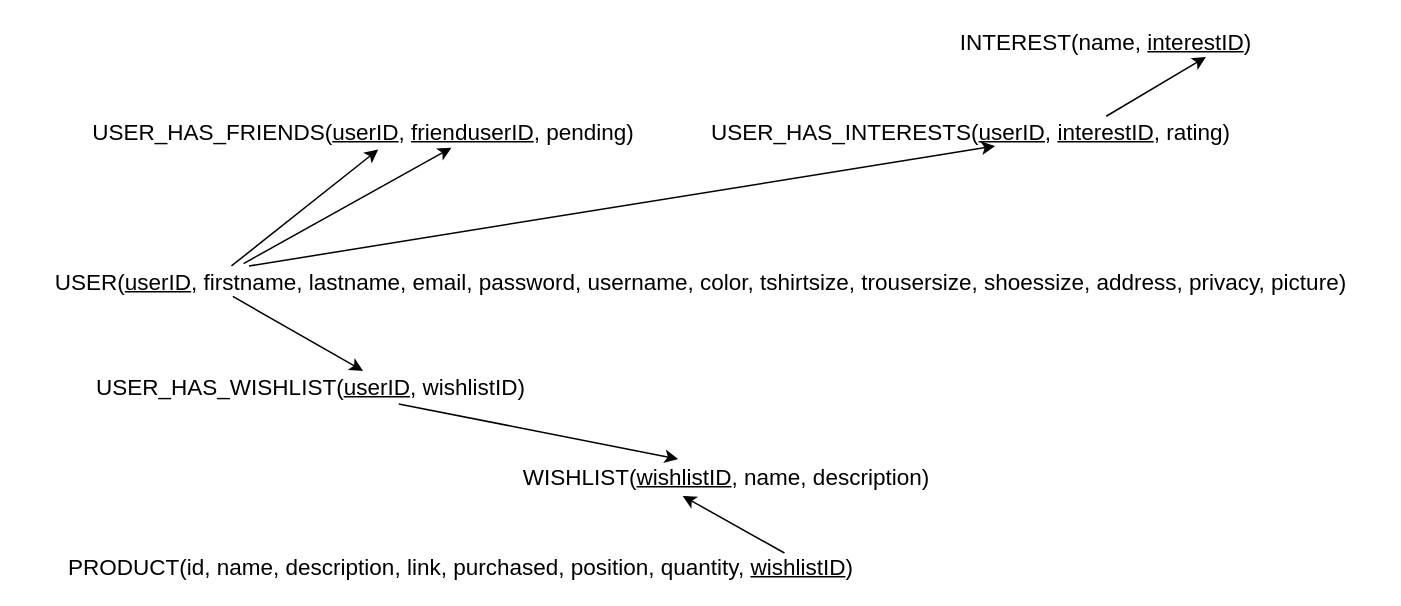
NNepper/LSINF1225-2020-GroupeL1.1-WishList keeps this draw.io diagram as Diagrammes/Schema-relationnel.drawio. Above is the earlier version. Source tidied: cells renumbered, new cells numbered last; positions are measured from the earlier drawing's top-left corner, leaving out a move shared by most shapes. Both pictures are drawn from the tidied source at 150%, with x=0, y=0 at pixel (26, 26).
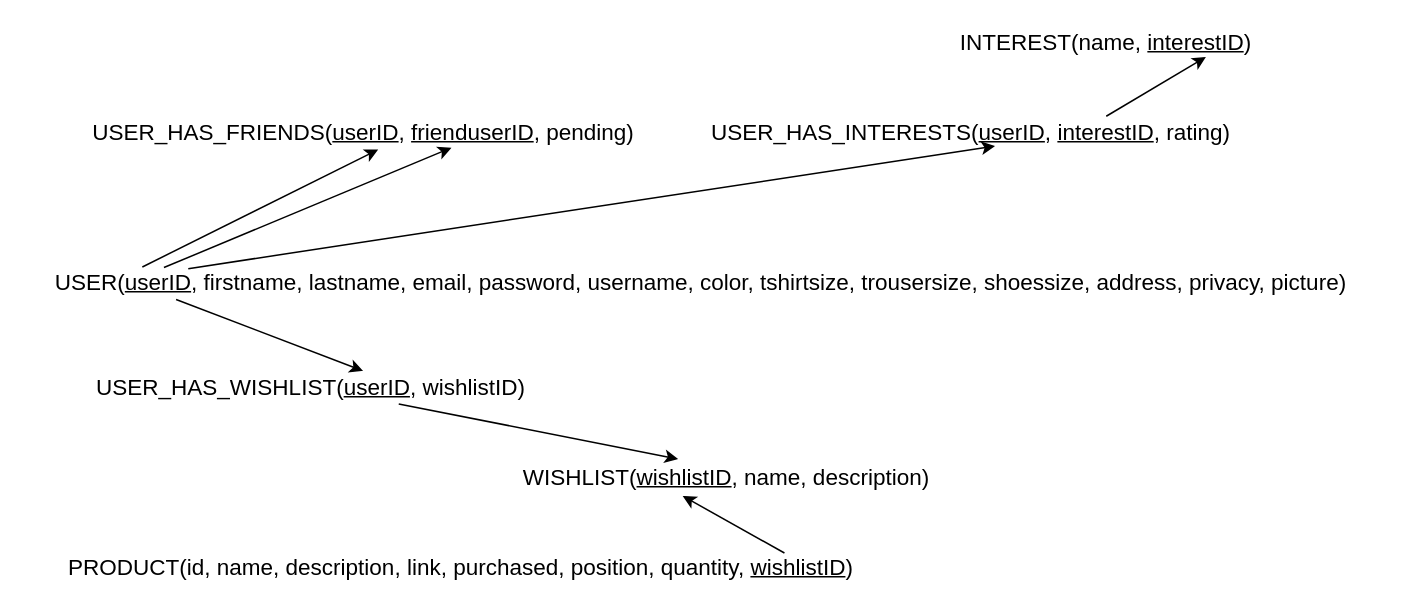
The same page after the edit.

Commit message (it also covers changes not shown here):
Correction source fleche userID

What changed in the source:
```diff
@@
 <mxGraphModel>
   <root>
     <mxCell id="0" />
     <mxCell id="1" parent="0" />
     <mxCell id="2" value="&lt;font style=&quot;font-size: 15px&quot;&gt;USER(&lt;u&gt;userID&lt;/u&gt;, firstname, lastname, email, password, username, color, tshirtsize, trousersize, shoessize, address, privacy, picture)&lt;/font&gt;" style="text;html=1;strokeColor=none;fillColor=none;align=center;verticalAlign=middle;whiteSpace=wrap;rounded=0;" parent="1" vertex="1">
       <mxGeometry y="160" width="900" height="20" as="geometry" />
     </mxCell>
     <mxCell id="3" value="&lt;font style=&quot;font-size: 15px&quot;&gt;WISHLIST(&lt;u&gt;wishlistID&lt;/u&gt;, name, description)&lt;/font&gt;" style="text;html=1;strokeColor=none;fillColor=none;align=center;verticalAlign=middle;whiteSpace=wrap;rounded=0;" parent="1" vertex="1">
       <mxGeometry x="314" y="290" width="306" height="20" as="geometry" />
     </mxCell>
     <mxCell id="4" value="&lt;font style=&quot;font-size: 15px&quot;&gt;PRODUCT(id, name, description, link, purchased, position, quantity, &lt;u&gt;wishlistID&lt;/u&gt;)&lt;/font&gt;" style="text;html=1;strokeColor=none;fillColor=none;align=center;verticalAlign=middle;whiteSpace=wrap;rounded=0;" parent="1" vertex="1">
       <mxGeometry x="20" y="350" width="540" height="20" as="geometry" />
     </mxCell>
     <mxCell id="5" value="&lt;font style=&quot;font-size: 15px&quot;&gt;INTEREST(name, &lt;u&gt;interestID&lt;/u&gt;)&lt;/font&gt;" style="text;html=1;strokeColor=none;fillColor=none;align=center;verticalAlign=middle;whiteSpace=wrap;rounded=0;" parent="1" vertex="1">
       <mxGeometry x="610" width="220" height="20" as="geometry" />
     </mxCell>
     <mxCell id="6" value="&lt;font style=&quot;font-size: 15px&quot;&gt;USER_HAS_FRIENDS(&lt;u&gt;userID&lt;/u&gt;, &lt;u&gt;frienduserID&lt;/u&gt;, pending)&lt;/font&gt;" style="text;html=1;strokeColor=none;fillColor=none;align=center;verticalAlign=middle;whiteSpace=wrap;rounded=0;" parent="1" vertex="1">
       <mxGeometry x="40" y="60" width="370" height="20" as="geometry" />
     </mxCell>
     <mxCell id="7" value="&lt;font style=&quot;font-size: 15px&quot;&gt;USER_HAS_INTERESTS(&lt;u&gt;userID&lt;/u&gt;, &lt;u&gt;interestID&lt;/u&gt;, rating)&lt;/font&gt;" style="text;html=1;strokeColor=none;fillColor=none;align=center;verticalAlign=middle;whiteSpace=wrap;rounded=0;" parent="1" vertex="1">
       <mxGeometry x="450" y="60" width="360" height="20" as="geometry" />
     </mxCell>
     <mxCell id="8" value="&lt;font style=&quot;font-size: 15px&quot;&gt;USER_HAS_WISHLIST(&lt;u&gt;userID&lt;/u&gt;, wishlistID)&lt;/font&gt;" style="text;html=1;strokeColor=none;fillColor=none;align=center;verticalAlign=middle;whiteSpace=wrap;rounded=0;" parent="1" vertex="1">
       <mxGeometry x="10" y="230" width="360" height="20" as="geometry" />
     </mxCell>
-    <mxCell id="9" style="endArrow=classic;html=1;entryX=0.526;entryY=1.11;entryDx=0;entryDy=0;entryPerimeter=0;exitX=0.152;exitY=-0.01;exitDx=0;exitDy=0;exitPerimeter=0;" parent="1" edge="1" source="2" target="6">
+    <mxCell id="9" style="endArrow=classic;html=1;entryX=0.526;entryY=1.11;entryDx=0;entryDy=0;entryPerimeter=0;exitX=0.086;exitY=0.024;exitDx=0;exitDy=0;exitPerimeter=0;" parent="1" edge="1" source="2" target="6">
       <mxGeometry relative="1" as="geometry" />
     </mxCell>
-    <mxCell id="10" style="endArrow=classic;html=1;entryX=0.658;entryY=1.05;entryDx=0;entryDy=0;entryPerimeter=0;exitX=0.161;exitY=-0.09;exitDx=0;exitDy=0;exitPerimeter=0;" parent="1" edge="1" source="2" target="6">
+    <mxCell id="10" style="endArrow=classic;html=1;entryX=0.658;entryY=1.05;entryDx=0;entryDy=0;entryPerimeter=0;exitX=0.102;exitY=0.043;exitDx=0;exitDy=0;exitPerimeter=0;" parent="1" edge="1" source="2" target="6">
       <mxGeometry relative="1" as="geometry" />
     </mxCell>
-    <mxCell id="11" style="endArrow=classic;html=1;entryX=0.596;entryY=-0.01;entryDx=0;entryDy=0;entryPerimeter=0;exitX=0.153;exitY=1.007;exitDx=0;exitDy=0;exitPerimeter=0;" parent="1" edge="1" source="2" target="8">
+    <mxCell id="11" style="endArrow=classic;html=1;entryX=0.596;entryY=-0.01;entryDx=0;entryDy=0;entryPerimeter=0;exitX=0.111;exitY=1.11;exitDx=0;exitDy=0;exitPerimeter=0;" parent="1" edge="1" source="2" target="8">
       <mxGeometry relative="1" as="geometry" />
     </mxCell>
     <mxCell id="12" style="endArrow=classic;html=1;entryX=0.394;entryY=-0.075;entryDx=0;entryDy=0;entryPerimeter=0;exitX=0.662;exitY=1.09;exitDx=0;exitDy=0;exitPerimeter=0;" parent="1" edge="1" source="8" target="3">
       <mxGeometry relative="1" as="geometry" />
     </mxCell>
     <mxCell id="13" style="endArrow=classic;html=1;entryX=0.404;entryY=1.158;entryDx=0;entryDy=0;entryPerimeter=0;exitX=0.899;exitY=0.058;exitDx=0;exitDy=0;exitPerimeter=0;" parent="1" edge="1" source="4" target="3">
       <mxGeometry relative="1" as="geometry" />
     </mxCell>
     <mxCell id="14" style="endArrow=classic;html=1;entryX=0.802;entryY=1.025;entryDx=0;entryDy=0;entryPerimeter=0;exitX=0.75;exitY=0;exitDx=0;exitDy=0;" parent="1" edge="1" source="7" target="5">
       <mxGeometry relative="1" as="geometry" />
     </mxCell>
-    <mxCell id="15" style="endArrow=classic;html=1;exitX=0.165;exitY=-0.008;exitDx=0;exitDy=0;exitPerimeter=0;entryX=0.544;entryY=0.992;entryDx=0;entryDy=0;entryPerimeter=0;" parent="1" edge="1" source="2" target="7">
+    <mxCell id="15" style="endArrow=classic;html=1;exitX=0.12;exitY=0.081;exitDx=0;exitDy=0;exitPerimeter=0;entryX=0.544;entryY=0.992;entryDx=0;entryDy=0;entryPerimeter=0;" parent="1" edge="1" source="2" target="7">
       <mxGeometry relative="1" as="geometry" />
     </mxCell>
   </root>
 </mxGraphModel>
```
